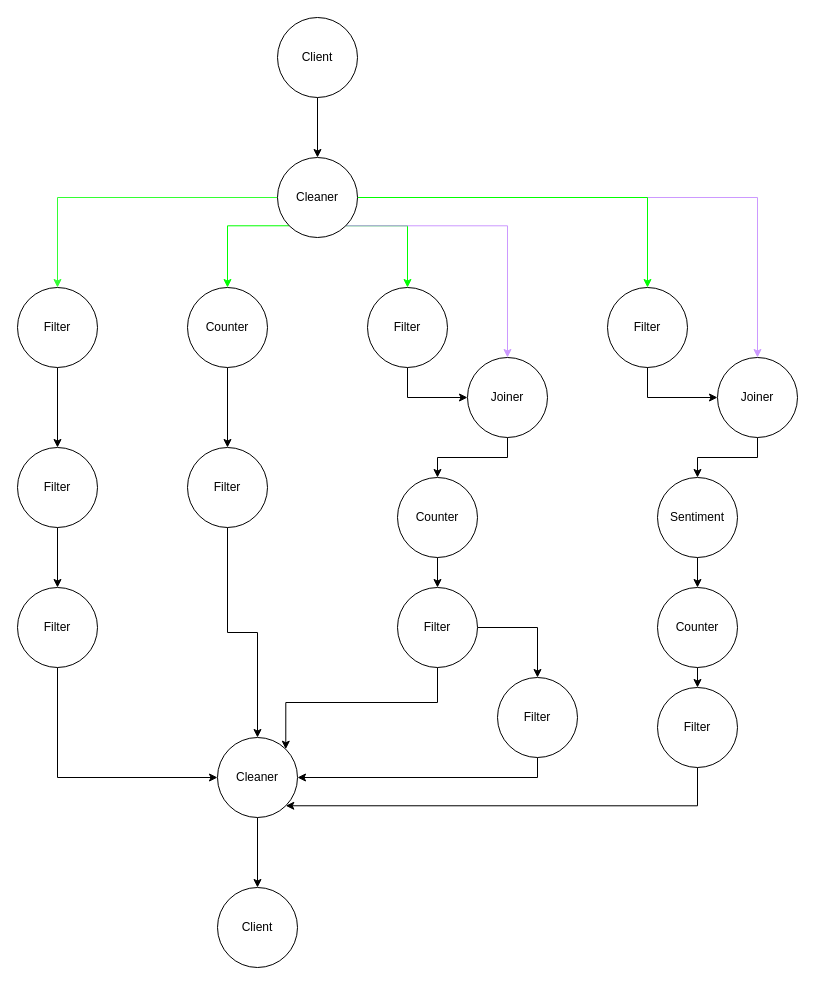
Earlier version of the draw.io diagram page "DAG" (8 of 9) of diagrams/diagramas.drawio (mateogdupont/escalabilidad). Source tidied: cells renumbered, new cells numbered last; positions are measured from the earlier drawing's top-left corner, leaving out a move shared by most shapes. Both pictures are drawn from the tidied source at 100%, with x=0, y=0 at pixel (17, 17).
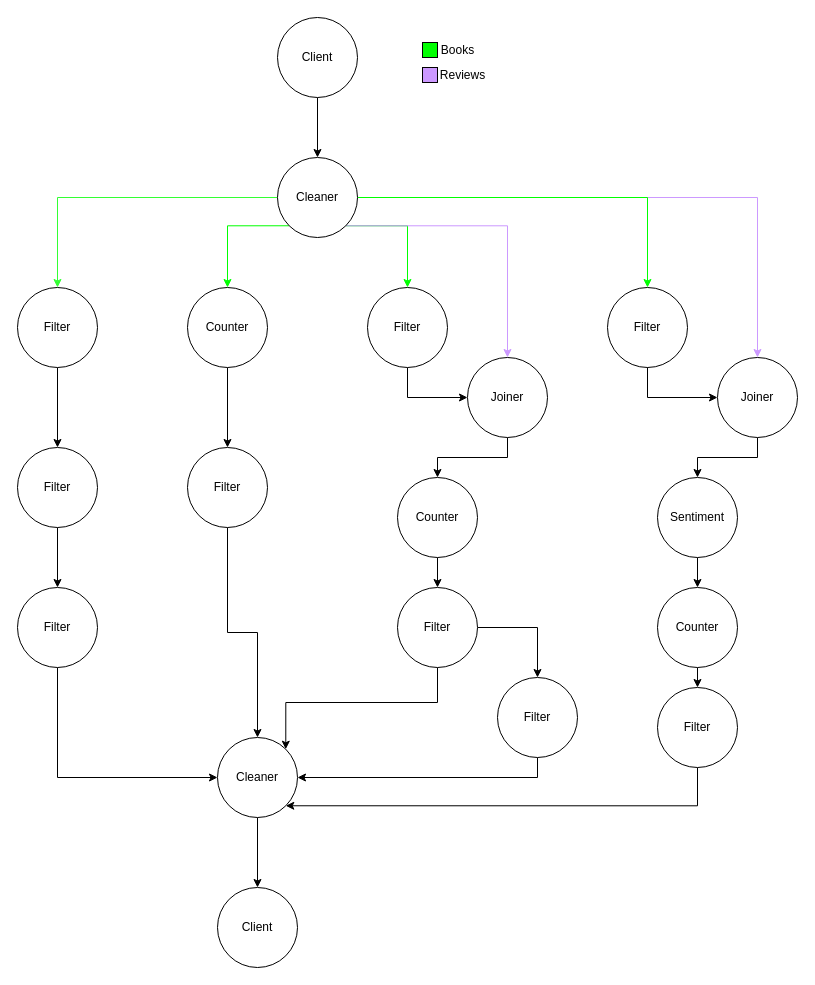
After the change.

The edit, as a diff of the source:
```diff
@@
+    <mxCell id="45" style="whiteSpace=wrap;html=1;fillColor=#00FF00;" parent="1" vertex="1">
+      <mxGeometry x="405" y="25" width="15" height="15" as="geometry" />
+    </mxCell>
+    <mxCell id="46" value="Books" style="text;html=1;align=center;verticalAlign=middle;strokeColor=none;fillColor=none;" parent="1" vertex="1">
+      <mxGeometry x="410" y="17.5" width="60" height="30" as="geometry" />
+    </mxCell>
+    <mxCell id="47" style="whiteSpace=wrap;html=1;fillColor=#CC99FF;" parent="1" vertex="1">
+      <mxGeometry x="405" y="50" width="15" height="15" as="geometry" />
+    </mxCell>
+    <mxCell id="48" value="Reviews" style="text;html=1;align=center;verticalAlign=middle;strokeColor=none;fillColor=none;" parent="1" vertex="1">
+      <mxGeometry x="410" y="42.5" width="70" height="30" as="geometry" />
+    </mxCell>
```
